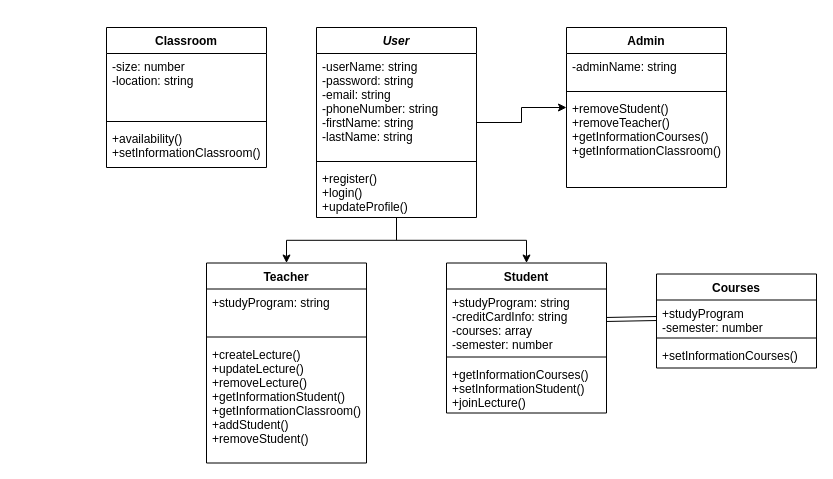
Above: StudentTeach.drawio in Niklas107/Gruppeprojekt-1 (draw.io), before the change. Source tidied: cells renumbered, new cells numbered last; positions are measured from the earlier drawing's top-left corner, leaving out a move shared by most shapes. Both pictures are drawn from the tidied source at 100%, with x=0, y=0 at pixel (106, 27).
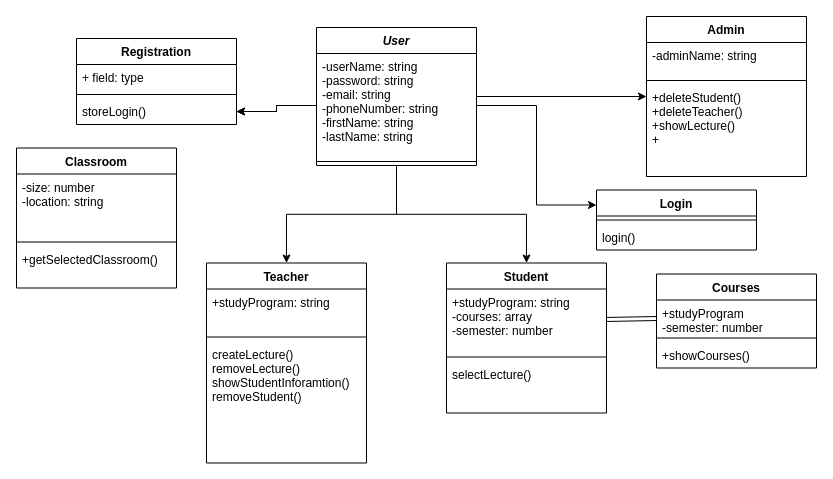
The same diagram, later.

Unchanged cells that the change refers to:
```xml
<mxCell id="6" value="-userName: string&#10;-password: string&#10;-email: string&#10;-phoneNumber: string&#10;-firstName: string&#10;-lastName: string&#10;" style="text;strokeColor=none;fillColor=none;align=left;verticalAlign=top;spacingLeft=4;spacingRight=4;overflow=hidden;points=[[0,0.5],[1,0.5]];portConstraint=eastwest;" parent="5" vertex="1">
  <mxGeometry y="26" width="160" height="104" as="geometry" />
</mxCell>
<mxCell id="13" value="Teacher" style="swimlane;fontStyle=1;align=center;verticalAlign=top;horizontal=1;startSize=26;" parent="1" vertex="1">
  <mxGeometry x="100" y="235.5" width="160" height="200" as="geometry" />
</mxCell>
<mxCell id="17" value="Student" style="swimlane;fontStyle=1;align=center;verticalAlign=top;horizontal=1;startSize=26;" parent="1" vertex="1">
  <mxGeometry x="340" y="235.5" width="160" height="150" as="geometry" />
</mxCell>
<mxCell id="25" value="Courses" style="swimlane;fontStyle=1;align=center;verticalAlign=top;horizontal=1;startSize=26;" parent="1" vertex="1">
  <mxGeometry x="550" y="246.5" width="160" height="94" as="geometry" />
</mxCell>
```

The edit, as a diff of the source:
```diff
@@
     <mxCell id="5" value="User" style="swimlane;fontStyle=3;align=center;verticalAlign=top;horizontal=1;startSize=26;" parent="1" vertex="1">
-      <mxGeometry x="210" width="160" height="190" as="geometry" />
+      <mxGeometry x="210" width="160" height="138" as="geometry" />
     </mxCell>
@@
-    <mxCell id="8" value="+register()&#10;+login()&#10;+updateProfile()" style="text;strokeColor=none;fillColor=none;align=left;verticalAlign=top;spacingLeft=4;spacingRight=4;overflow=hidden;" parent="5" vertex="1">
-      <mxGeometry y="138" width="160" height="52" as="geometry" />
-    </mxCell>
     <mxCell id="9" value="Admin" style="swimlane;fontStyle=1;align=center;verticalAlign=top;horizontal=1;startSize=26;" parent="1" vertex="1">
-      <mxGeometry x="460" width="160" height="160" as="geometry" />
+      <mxGeometry x="540" y="-11" width="160" height="160" as="geometry" />
     </mxCell>
@@
-    <mxCell id="12" value="+removeStudent()&#10;+removeTeacher()&#10;+getInformationCourses()&#10;+getInformationClassroom()" style="text;strokeColor=none;fillColor=none;align=left;verticalAlign=top;spacingLeft=4;spacingRight=4;overflow=hidden;" parent="9" vertex="1">
+    <mxCell id="12" value="+deleteStudent()&#10;+deleteTeacher()&#10;+showLecture()&#10;+" style="text;strokeColor=none;fillColor=none;align=left;verticalAlign=top;spacingLeft=4;spacingRight=4;overflow=hidden;" parent="9" vertex="1">
       <mxGeometry y="68" width="160" height="92" as="geometry" />
     </mxCell>
@@
-    <mxCell id="16" value="+createLecture()&#10;+updateLecture()&#10;+removeLecture()&#10;+getInformationStudent()&#10;+getInformationClassroom()&#10;+addStudent()&#10;+removeStudent()" style="text;strokeColor=none;fillColor=none;align=left;verticalAlign=top;spacingLeft=4;spacingRight=4;overflow=hidden;" parent="13" vertex="1">
+    <mxCell id="16" value="createLecture()&#10;removeLecture()&#10;showStudentInforamtion()&#10;removeStudent()" style="text;strokeColor=none;fillColor=none;align=left;verticalAlign=top;spacingLeft=4;spacingRight=4;overflow=hidden;" parent="13" vertex="1">
       <mxGeometry y="78" width="160" height="122" as="geometry" />
     </mxCell>
@@
-    <mxCell id="18" value="+studyProgram: string&#10;-creditCardInfo: string&#10;-courses: array&#10;-semester: number" style="text;strokeColor=none;fillColor=none;align=left;verticalAlign=top;spacingLeft=4;spacingRight=4;overflow=hidden;points=[[0,0.5],[1,0.5]];portConstraint=eastwest;" parent="17" vertex="1">
+    <mxCell id="18" value="+studyProgram: string&#10;-courses: array&#10;-semester: number" style="text;strokeColor=none;fillColor=none;align=left;verticalAlign=top;spacingLeft=4;spacingRight=4;overflow=hidden;points=[[0,0.5],[1,0.5]];portConstraint=eastwest;" parent="17" vertex="1">
       <mxGeometry y="26" width="160" height="64" as="geometry" />
     </mxCell>
@@
-    <mxCell id="20" value="+getInformationCourses()&#10;+setInformationStudent()&#10;+joinLecture()&#10;" style="text;strokeColor=none;fillColor=none;align=left;verticalAlign=top;spacingLeft=4;spacingRight=4;overflow=hidden;" parent="17" vertex="1">
+    <mxCell id="20" value="selectLecture()&#10;" style="text;strokeColor=none;fillColor=none;align=left;verticalAlign=top;spacingLeft=4;spacingRight=4;overflow=hidden;" parent="17" vertex="1">
       <mxGeometry y="98" width="160" height="52" as="geometry" />
     </mxCell>
     <mxCell id="21" value="Classroom" style="swimlane;fontStyle=1;align=center;verticalAlign=top;horizontal=1;startSize=26;" parent="1" vertex="1">
-      <mxGeometry width="160" height="140" as="geometry" />
+      <mxGeometry x="-90" y="120.5" width="160" height="140" as="geometry" />
     </mxCell>
@@
-    <mxCell id="24" value="+availability()&#10;+setInformationClassroom()" style="text;strokeColor=none;fillColor=none;align=left;verticalAlign=top;spacingLeft=4;spacingRight=4;overflow=hidden;" parent="21" vertex="1">
+    <mxCell id="24" value="+getSelectedClassroom()" style="text;strokeColor=none;fillColor=none;align=left;verticalAlign=top;spacingLeft=4;spacingRight=4;overflow=hidden;" parent="21" vertex="1">
       <mxGeometry y="98" width="160" height="42" as="geometry" />
     </mxCell>
@@
-    <mxCell id="28" value="+setInformationCourses()" style="text;strokeColor=none;fillColor=none;align=left;verticalAlign=top;spacingLeft=4;spacingRight=4;overflow=hidden;" parent="25" vertex="1">
+    <mxCell id="28" value="+showCourses()" style="text;strokeColor=none;fillColor=none;align=left;verticalAlign=top;spacingLeft=4;spacingRight=4;overflow=hidden;" parent="25" vertex="1">
       <mxGeometry y="68" width="160" height="26" as="geometry" />
     </mxCell>
@@
+    <mxCell id="30" value="Login" style="swimlane;fontStyle=1;align=center;verticalAlign=top;horizontal=1;startSize=26;" parent="1" vertex="1">
+      <mxGeometry x="490" y="162.5" width="160" height="60" as="geometry" />
+    </mxCell>
+    <mxCell id="31" style="line;strokeWidth=1;fillColor=none;align=left;verticalAlign=middle;spacingTop=-1;spacingLeft=3;spacingRight=3;labelPosition=right;" parent="30" vertex="1">
+      <mxGeometry y="26" width="160" height="8" as="geometry" />
+    </mxCell>
+    <mxCell id="32" value="login()" style="text;strokeColor=none;fillColor=none;align=left;verticalAlign=top;spacingLeft=4;spacingRight=4;overflow=hidden;" parent="30" vertex="1">
+      <mxGeometry y="34" width="160" height="26" as="geometry" />
+    </mxCell>
+    <mxCell id="33" value="Registration" style="swimlane;fontStyle=1;align=center;verticalAlign=top;horizontal=1;startSize=26;" parent="1" vertex="1">
+      <mxGeometry x="-30" y="11" width="160" height="86" as="geometry" />
+    </mxCell>
+    <mxCell id="34" value="+ field: type" style="text;strokeColor=none;fillColor=none;align=left;verticalAlign=top;spacingLeft=4;spacingRight=4;overflow=hidden;" parent="33" vertex="1">
+      <mxGeometry y="26" width="160" height="26" as="geometry" />
+    </mxCell>
+    <mxCell id="35" style="line;strokeWidth=1;fillColor=none;align=left;verticalAlign=middle;spacingTop=-1;spacingLeft=3;spacingRight=3;labelPosition=right;" parent="33" vertex="1">
+      <mxGeometry y="52" width="160" height="8" as="geometry" />
+    </mxCell>
+    <mxCell id="36" value="storeLogin()" style="text;strokeColor=none;fillColor=none;align=left;verticalAlign=top;spacingLeft=4;spacingRight=4;overflow=hidden;points=[[0,0.5],[1,0.5]];portConstraint=eastwest;" parent="33" vertex="1">
+      <mxGeometry y="60" width="160" height="26" as="geometry" />
+    </mxCell>
+    <mxCell id="37" style="edgeStyle=orthogonalEdgeStyle;rounded=0;jettySize=auto;html=1;" parent="1" edge="1" source="6" target="36">
+      <mxGeometry relative="1" as="geometry" />
+    </mxCell>
+    <mxCell id="38" style="edgeStyle=orthogonalEdgeStyle;rounded=0;jettySize=auto;html=1;" parent="1" edge="1" source="6" target="36">
+      <mxGeometry relative="1" as="geometry" />
+    </mxCell>
+    <mxCell id="39" style="edgeStyle=orthogonalEdgeStyle;rounded=0;jettySize=auto;html=1;entryX=0;entryY=0.25;entryDx=0;entryDy=0;exitX=1;exitY=0.5;exitDx=0;exitDy=0;" parent="1" edge="1" source="6" target="30">
+      <mxGeometry relative="1" as="geometry" />
+    </mxCell>
```
